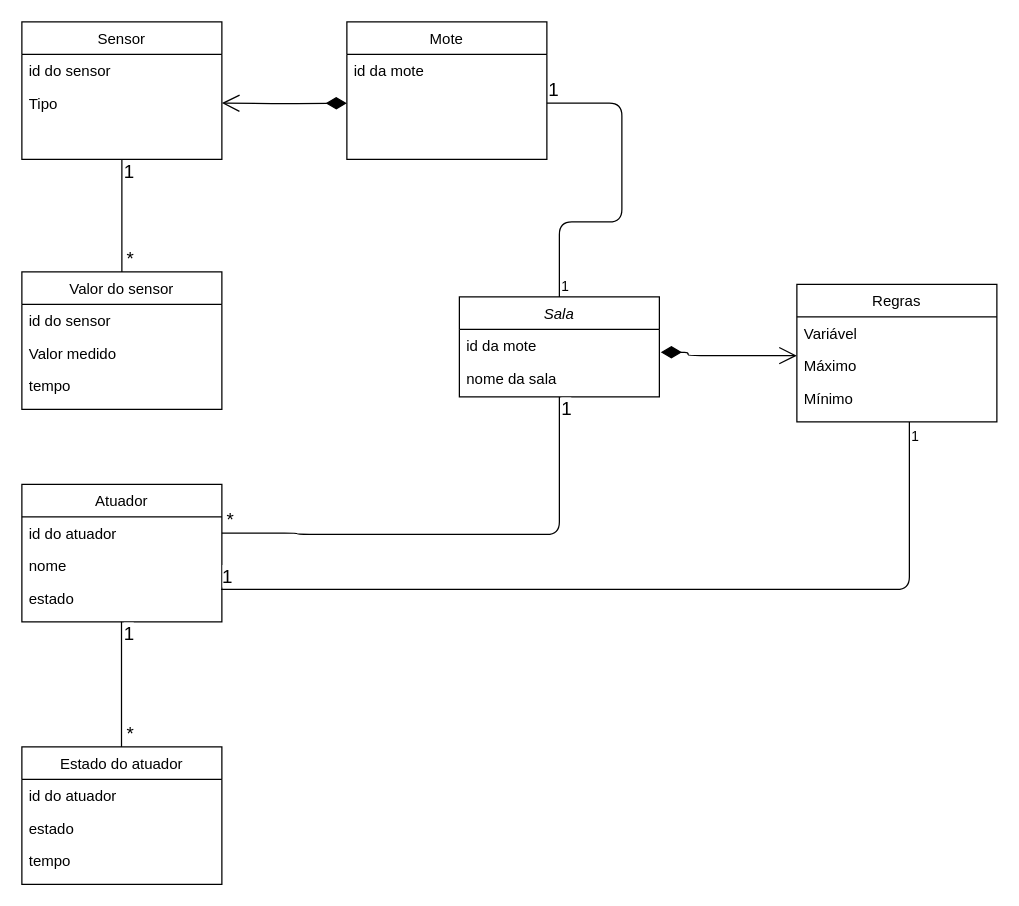
Earlier version of the draw.io diagram Documentation/UML_Class_Diagram.drawio (pedrosilva2703/SINF-FEUP). Source tidied: cells renumbered, new cells numbered last; positions are measured from the earlier drawing's top-left corner, leaving out a move shared by most shapes. Both pictures are drawn from the tidied source at 125%, with x=0, y=0 at pixel (21, 21).
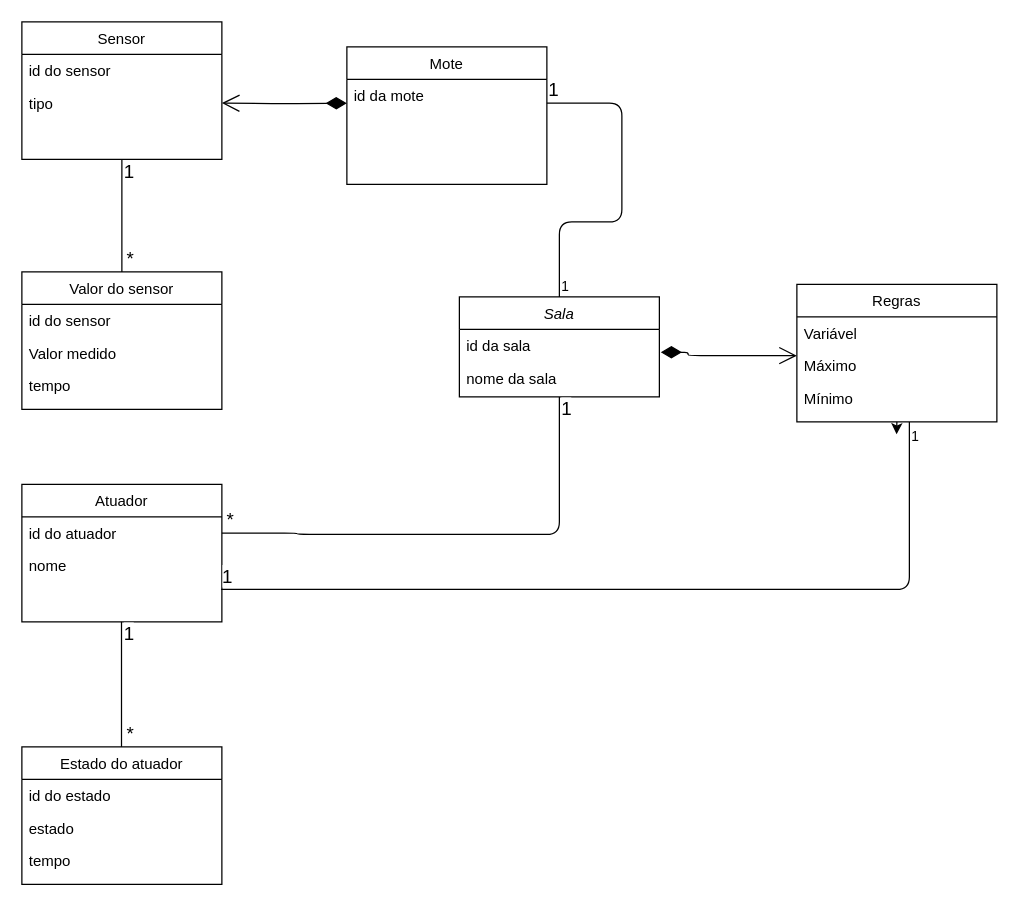
The same diagram, later.

The change refers to these unchanged cells:
```xml
<mxCell id="2" value="Sala" style="swimlane;fontStyle=2;align=center;verticalAlign=top;horizontal=1;startSize=26;rounded=0;shadow=0;strokeWidth=1;" parent="1" vertex="1">
  <mxGeometry x="350" y="220" width="160" height="80" as="geometry" />
</mxCell>
<mxCell id="5" value="Regras" style="swimlane;fontStyle=0;align=center;verticalAlign=top;horizontal=1;startSize=26;rounded=0;shadow=0;strokeWidth=1;" parent="1" vertex="1">
  <mxGeometry x="620" y="210" width="160" height="110" as="geometry" />
</mxCell>
<mxCell id="9" value="Atuador" style="swimlane;fontStyle=0;align=center;verticalAlign=top;horizontal=1;startSize=26;rounded=0;shadow=0;strokeWidth=1;" parent="1" vertex="1">
  <mxGeometry y="370" width="160" height="110" as="geometry" />
</mxCell>
<mxCell id="13" value="Sensor" style="swimlane;fontStyle=0;align=center;verticalAlign=top;horizontal=1;startSize=26;rounded=0;shadow=0;strokeWidth=1;" parent="1" vertex="1">
  <mxGeometry width="160" height="110" as="geometry" />
</mxCell>
<mxCell id="35" value="Estado do atuador" style="swimlane;fontStyle=0;align=center;verticalAlign=top;horizontal=1;startSize=26;rounded=0;shadow=0;strokeWidth=1;" parent="1" vertex="1">
  <mxGeometry y="580" width="160" height="110" as="geometry" />
</mxCell>
```

What changed in the source:
```diff
@@
-    <mxCell id="3" value="id da mote" style="text;align=left;verticalAlign=top;spacingLeft=4;spacingRight=4;overflow=hidden;points=[[0,0.5],[1,0.5]];portConstraint=eastwest;" parent="2" vertex="1">
+    <mxCell id="3" value="id da sala" style="text;align=left;verticalAlign=top;spacingLeft=4;spacingRight=4;overflow=hidden;points=[[0,0.5],[1,0.5]];portConstraint=eastwest;" parent="2" vertex="1">
       <mxGeometry y="26" width="160" height="26" as="geometry" />
     </mxCell>
@@
+    <mxCell id="43" style="edgeStyle=orthogonalEdgeStyle;rounded=0;jettySize=auto;html=1;exitX=0.5;exitY=1;exitDx=0;exitDy=0;" parent="1" edge="1" source="5">
+      <mxGeometry relative="1" as="geometry">
+        <mxPoint x="699.8" y="330" as="targetPoint" />
+      </mxGeometry>
+    </mxCell>
@@
-    <mxCell id="12" value="estado" style="text;align=left;verticalAlign=top;spacingLeft=4;spacingRight=4;overflow=hidden;points=[[0,0.5],[1,0.5]];portConstraint=eastwest;rounded=0;shadow=0;html=0;" parent="9" vertex="1">
-      <mxGeometry y="78" width="160" height="26" as="geometry" />
-    </mxCell>
@@
-    <mxCell id="15" value="Tipo" style="text;align=left;verticalAlign=top;spacingLeft=4;spacingRight=4;overflow=hidden;points=[[0,0.5],[1,0.5]];portConstraint=eastwest;rounded=0;shadow=0;html=0;" parent="13" vertex="1">
+    <mxCell id="15" value="tipo" style="text;align=left;verticalAlign=top;spacingLeft=4;spacingRight=4;overflow=hidden;points=[[0,0.5],[1,0.5]];portConstraint=eastwest;rounded=0;shadow=0;html=0;" parent="13" vertex="1">
       <mxGeometry y="52" width="160" height="26" as="geometry" />
     </mxCell>
@@
-    <mxCell id="19" style="endArrow=none;html=1;edgeStyle=orthogonalEdgeStyle;entryX=0.996;entryY=0.231;entryDx=0;entryDy=0;entryPerimeter=0;" parent="1" edge="1" target="12">
+    <mxCell id="19" style="endArrow=none;html=1;edgeStyle=orthogonalEdgeStyle;entryX=0.996;entryY=0.231;entryDx=0;entryDy=0;entryPerimeter=0;" parent="1" edge="1">
       <mxGeometry relative="1" as="geometry">
         <mxPoint x="710" y="320" as="sourcePoint" />
+        <mxPoint x="159.4" y="454" as="targetPoint" />
         <Array as="points">
           <mxPoint x="710" y="454" />
         </Array>
       </mxGeometry>
     </mxCell>
@@
     <mxCell id="25" value="Mote" style="swimlane;fontStyle=0;align=center;verticalAlign=top;horizontal=1;startSize=26;rounded=0;shadow=0;strokeWidth=1;" parent="1" vertex="1">
-      <mxGeometry x="260" width="160" height="110" as="geometry" />
+      <mxGeometry x="260" y="20" width="160" height="110" as="geometry" />
     </mxCell>
@@
-    <mxCell id="36" value="id do atuador" style="text;align=left;verticalAlign=top;spacingLeft=4;spacingRight=4;overflow=hidden;" parent="35" vertex="1">
+    <mxCell id="36" value="id do estado" style="text;align=left;verticalAlign=top;spacingLeft=4;spacingRight=4;overflow=hidden;" parent="35" vertex="1">
       <mxGeometry y="26" width="160" height="26" as="geometry" />
     </mxCell>
```
